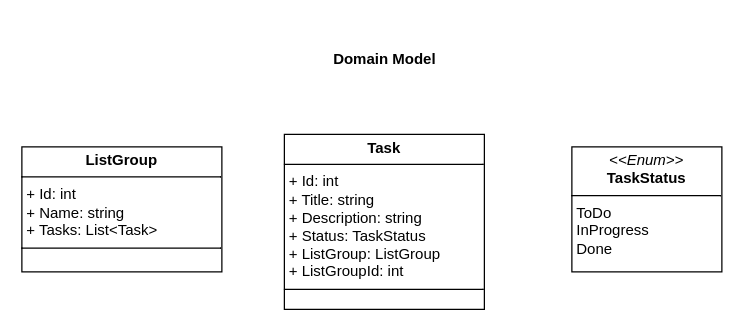
gui-marchioro/KanbanBlazor keeps this draw.io diagram as kanban_app.drawio. Above is the earlier version. Source tidied: cells renumbered, new cells numbered last; positions are measured from the earlier drawing's top-left corner, leaving out a move shared by most shapes. Both pictures are drawn from the tidied source at 125%, with x=0, y=0 at pixel (21, 21).
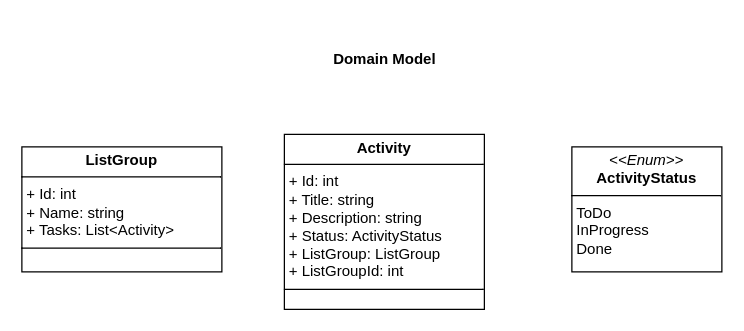
Above is the later version.

Commit message (it also covers changes not shown here):
Updated model to avoid ambiguity with threading Task class.

Change to the diagram source:
```diff
@@
 <mxGraphModel>
   <root>
     <mxCell id="0" />
     <mxCell id="1" parent="0" />
-    <mxCell id="2" value="&lt;p style=&quot;margin:0px;margin-top:4px;text-align:center;&quot;&gt;&lt;b&gt;Task&lt;/b&gt;&lt;/p&gt;&lt;hr size=&quot;1&quot; style=&quot;border-style:solid;&quot;&gt;&lt;p style=&quot;margin:0px;margin-left:4px;&quot;&gt;+ Id: int&lt;/p&gt;&lt;p style=&quot;margin:0px;margin-left:4px;&quot;&gt;+ Title: string&lt;/p&gt;&lt;p style=&quot;margin:0px;margin-left:4px;&quot;&gt;+ Description: string&lt;/p&gt;&lt;p style=&quot;margin:0px;margin-left:4px;&quot;&gt;+ Status: TaskStatus&lt;/p&gt;&lt;p style=&quot;margin:0px;margin-left:4px;&quot;&gt;+ ListGroup: ListGroup&lt;/p&gt;&lt;p style=&quot;margin:0px;margin-left:4px;&quot;&gt;+ ListGroupId: int&lt;/p&gt;&lt;hr size=&quot;1&quot; style=&quot;border-style:solid;&quot;&gt;&lt;p style=&quot;margin:0px;margin-left:4px;&quot;&gt;&lt;br&gt;&lt;/p&gt;" style="verticalAlign=top;align=left;overflow=fill;html=1;whiteSpace=wrap;" parent="1" vertex="1">
+    <mxCell id="2" value="&lt;p style=&quot;margin:0px;margin-top:4px;text-align:center;&quot;&gt;&lt;b&gt;Activity&lt;/b&gt;&lt;/p&gt;&lt;hr size=&quot;1&quot; style=&quot;border-style:solid;&quot;&gt;&lt;p style=&quot;margin:0px;margin-left:4px;&quot;&gt;+ Id: int&lt;/p&gt;&lt;p style=&quot;margin:0px;margin-left:4px;&quot;&gt;+ Title: string&lt;/p&gt;&lt;p style=&quot;margin:0px;margin-left:4px;&quot;&gt;+ Description: string&lt;/p&gt;&lt;p style=&quot;margin:0px;margin-left:4px;&quot;&gt;+ Status: ActivityStatus&lt;/p&gt;&lt;p style=&quot;margin:0px;margin-left:4px;&quot;&gt;+ ListGroup: ListGroup&lt;/p&gt;&lt;p style=&quot;margin:0px;margin-left:4px;&quot;&gt;+ ListGroupId: int&lt;/p&gt;&lt;hr size=&quot;1&quot; style=&quot;border-style:solid;&quot;&gt;&lt;p style=&quot;margin:0px;margin-left:4px;&quot;&gt;&lt;br&gt;&lt;/p&gt;" style="verticalAlign=top;align=left;overflow=fill;html=1;whiteSpace=wrap;" parent="1" vertex="1">
       <mxGeometry x="210" y="90" width="160" height="140" as="geometry" />
     </mxCell>
-    <mxCell id="3" value="&lt;p style=&quot;margin:0px;margin-top:4px;text-align:center;&quot;&gt;&lt;i&gt;&amp;lt;&amp;lt;Enum&amp;gt;&amp;gt;&lt;/i&gt;&lt;br&gt;&lt;b&gt;TaskStatus&lt;/b&gt;&lt;/p&gt;&lt;hr size=&quot;1&quot; style=&quot;border-style:solid;&quot;&gt;&lt;p style=&quot;margin:0px;margin-left:4px;&quot;&gt;ToDo&lt;/p&gt;&lt;p style=&quot;margin:0px;margin-left:4px;&quot;&gt;InProgress&lt;/p&gt;&lt;p style=&quot;margin:0px;margin-left:4px;&quot;&gt;Done&lt;/p&gt;&lt;p style=&quot;margin:0px;margin-left:4px;&quot;&gt;&lt;br&gt;&lt;/p&gt;" style="verticalAlign=top;align=left;overflow=fill;html=1;whiteSpace=wrap;" parent="1" vertex="1">
+    <mxCell id="3" value="&lt;p style=&quot;margin:0px;margin-top:4px;text-align:center;&quot;&gt;&lt;i&gt;&amp;lt;&amp;lt;Enum&amp;gt;&amp;gt;&lt;/i&gt;&lt;br&gt;&lt;b&gt;ActivityStatus&lt;/b&gt;&lt;/p&gt;&lt;hr size=&quot;1&quot; style=&quot;border-style:solid;&quot;&gt;&lt;p style=&quot;margin:0px;margin-left:4px;&quot;&gt;ToDo&lt;/p&gt;&lt;p style=&quot;margin:0px;margin-left:4px;&quot;&gt;InProgress&lt;/p&gt;&lt;p style=&quot;margin:0px;margin-left:4px;&quot;&gt;Done&lt;/p&gt;&lt;p style=&quot;margin:0px;margin-left:4px;&quot;&gt;&lt;br&gt;&lt;/p&gt;" style="verticalAlign=top;align=left;overflow=fill;html=1;whiteSpace=wrap;" parent="1" vertex="1">
       <mxGeometry x="440" y="100" width="120" height="100" as="geometry" />
     </mxCell>
-    <mxCell id="4" value="&lt;p style=&quot;margin:0px;margin-top:4px;text-align:center;&quot;&gt;&lt;b&gt;ListGroup&lt;/b&gt;&lt;/p&gt;&lt;hr size=&quot;1&quot; style=&quot;border-style:solid;&quot;&gt;&lt;p style=&quot;margin:0px;margin-left:4px;&quot;&gt;+ Id: int&lt;/p&gt;&lt;p style=&quot;margin:0px;margin-left:4px;&quot;&gt;+ Name: string&lt;/p&gt;&lt;p style=&quot;margin:0px;margin-left:4px;&quot;&gt;+ Tasks: List&amp;lt;Task&amp;gt;&lt;/p&gt;&lt;hr size=&quot;1&quot; style=&quot;border-style:solid;&quot;&gt;&lt;p style=&quot;margin:0px;margin-left:4px;&quot;&gt;&lt;br&gt;&lt;/p&gt;" style="verticalAlign=top;align=left;overflow=fill;html=1;whiteSpace=wrap;" parent="1" vertex="1">
+    <mxCell id="4" value="&lt;p style=&quot;margin:0px;margin-top:4px;text-align:center;&quot;&gt;&lt;b&gt;ListGroup&lt;/b&gt;&lt;/p&gt;&lt;hr size=&quot;1&quot; style=&quot;border-style:solid;&quot;&gt;&lt;p style=&quot;margin:0px;margin-left:4px;&quot;&gt;+ Id: int&lt;/p&gt;&lt;p style=&quot;margin:0px;margin-left:4px;&quot;&gt;+ Name: string&lt;/p&gt;&lt;p style=&quot;margin:0px;margin-left:4px;&quot;&gt;+ Tasks: List&amp;lt;Activity&amp;gt;&lt;/p&gt;&lt;hr size=&quot;1&quot; style=&quot;border-style:solid;&quot;&gt;&lt;p style=&quot;margin:0px;margin-left:4px;&quot;&gt;&lt;br&gt;&lt;/p&gt;" style="verticalAlign=top;align=left;overflow=fill;html=1;whiteSpace=wrap;" parent="1" vertex="1">
       <mxGeometry y="100" width="160" height="100" as="geometry" />
     </mxCell>
     <mxCell id="5" value="Domain Model" style="text;align=center;fontStyle=1;verticalAlign=middle;spacingLeft=3;spacingRight=3;strokeColor=none;html=1;" parent="1" vertex="1">
       <mxGeometry x="150" width="280" height="60" as="geometry" />
     </mxCell>
   </root>
 </mxGraphModel>
```
